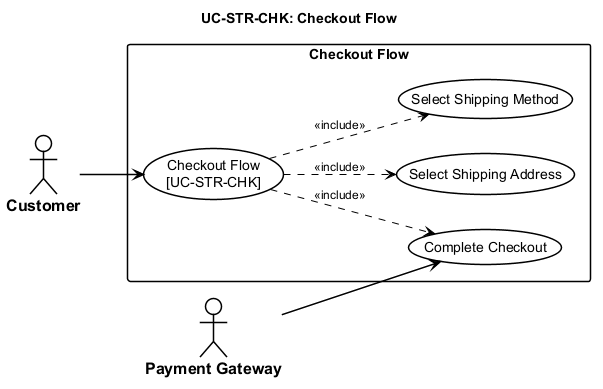
Above: thesis/figures/chapters/part2/ch2-design/02-use-cases/diagrams/P2S2.2.2_usecase-checkout-flow.png in qingfa-dev/ReSys.Shop (PlantUML), before the change.
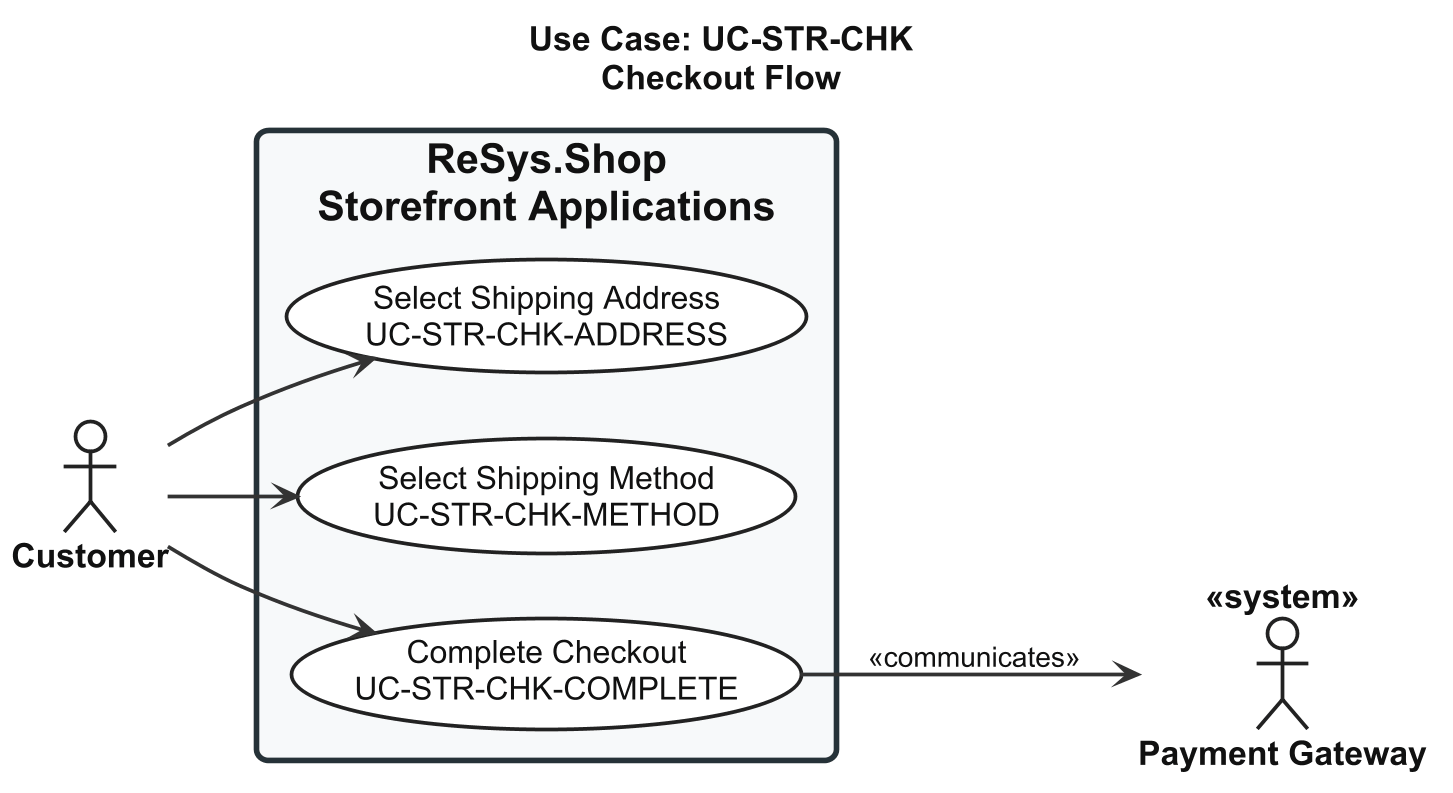
Above is the later version.

The edit, as a diff of the source:
```diff
@@ -1,55 +1,80 @@
 @startuml usecase-checkout-flow
+
 left to right direction
 
+skinparam shadowing false
+skinparam dpi 180
+
 <style>
-  root {
-    FontName "Arial"
-    FontSize 14
-    Shadowing 0
-  }
-  actor {
-    BackGroundColor #FFFFFF
-    LineColor #000000
-    LineThickness 1.5
-    FontColor #000000
-    FontStyle bold
-    FontSize 16
-  }
-  usecase {
-    BackGroundColor #FFFFFF
-    LineColor #000000
-    LineThickness 1.5
-    FontColor #000000
-  }
-  rectangle {
-    BackGroundColor #FFFFFF
-    LineColor #000000
-    LineThickness 1.5
-    FontStyle bold
-  }
-  arrow {
-    LineColor #000000
-    LineThickness 1.5
-    FontSize 12
-  }
-</style>
-title UC-STR-CHK: Checkout Flow
 
-actor "Customer" as Cust
-actor "Payment Gateway" as GW
-
-rectangle "Checkout Flow" {
-  usecase "Checkout Flow\n[UC-STR-CHK]" as UC_MAIN
-  usecase "Select Shipping Address" as UC_ADDRESS
-  usecase "Select Shipping Method" as UC_METHOD
-  usecase "Complete Checkout" as UC_COMPLETE
-
-  UC_MAIN ..> UC_ADDRESS : <<include>>
-  UC_MAIN ..> UC_METHOD : <<include>>
-  UC_MAIN ..> UC_COMPLETE : <<include>>
+root {
+  FontName "Arial"
+  FontSize 18
+  FontColor #111111
 }
 
-Cust --> UC_MAIN
-GW --> UC_COMPLETE
+actor {
+  FontName "Arial"
+  FontSize 18
+  FontStyle bold
+  FontColor #111111
+  BackgroundColor #FFFFFF
+  LineColor #222222
+  LineThickness 2
+}
+
+usecase {
+  FontName "Arial"
+  FontSize 17
+  FontColor #111111
+  FontStyle plain
+  BackgroundColor #FFFFFF
+  LineColor #222222
+  LineThickness 2
+  Padding 18
+}
+
+rectangle {
+  FontName "Arial"
+  FontSize 22
+  FontStyle bold
+  FontColor #111111
+  BackgroundColor #F7F9FA
+  LineColor #263238
+  LineThickness 3
+  RoundCorner 12
+  Padding 30
+}
+
+arrow {
+  FontName "Arial"
+  FontSize 15
+  FontColor #111111
+  LineColor #333333
+  LineThickness 2
+}
+
+</style>
+
+title Use Case: UC-STR-CHK\nCheckout Flow
+
+actor "Customer" as Customer
+actor "Payment Gateway" as Gateway <<system>>
+
+rectangle "ReSys.Shop\nStorefront Applications" {
+
+  usecase "Select Shipping Address\nUC-STR-CHK-ADDRESS" as UC_ADDRESS
+
+  usecase "Select Shipping Method\nUC-STR-CHK-METHOD" as UC_METHOD
+
+  usecase "Complete Checkout\nUC-STR-CHK-COMPLETE" as UC_COMPLETE
+
+}
+
+Customer --> UC_ADDRESS
+Customer --> UC_METHOD
+Customer --> UC_COMPLETE
+
+UC_COMPLETE --> Gateway : <<communicates>>
 
 @enduml
```
